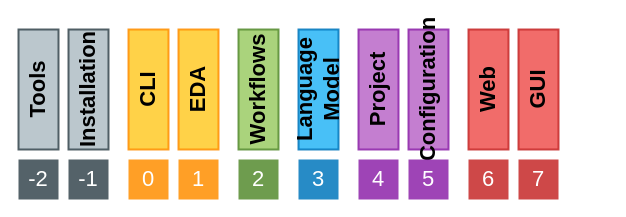
The draw.io diagram EDAA.drawio in edaa-org/edaa-org.github.io, before the edit. Source tidied: cells renumbered, new cells numbered last; positions are measured from the earlier drawing's top-left corner, leaving out a move shared by most shapes. Both pictures are drawn from the tidied source at 100%, with x=0, y=0 at pixel (-22, 69).
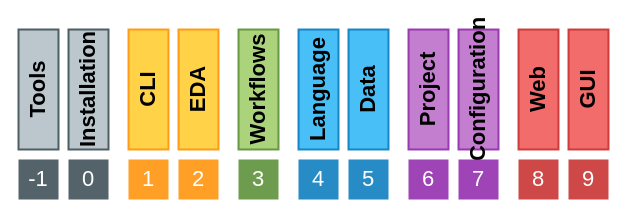
The same page after the edit.

Commit message (it also covers changes not shown here):
ConceptualModel: add layer 'Data', renumber

What changed in the source:
```diff
@@
     <mxCell id="5" value="Project" style="rounded=0;whiteSpace=wrap;html=1;fontSize=22;fontStyle=1;rotation=-90;fontFamily=Teko;fillColor=#ba68c8;strokeColor=#8e24aa;strokeWidth=2;opacity=85;" parent="1" vertex="1">
-      <mxGeometry x="340" width="120" height="40" as="geometry" />
+      <mxGeometry x="390" width="120" height="40" as="geometry" />
     </mxCell>
     <mxCell id="6" value="Configuration" style="rounded=0;whiteSpace=wrap;html=1;fontSize=22;fontStyle=1;rotation=-90;fontFamily=Teko;strokeColor=#8E24AA;fillColor=#BA68C8;strokeWidth=2;opacity=85;" parent="1" vertex="1">
-      <mxGeometry x="390" width="120" height="40" as="geometry" />
+      <mxGeometry x="440" width="120" height="40" as="geometry" />
     </mxCell>
-    <mxCell id="7" value="Language Model" style="rounded=0;whiteSpace=wrap;html=1;fontSize=22;fontStyle=1;rotation=-90;fontFamily=Teko;fillColor=#29b6f6;strokeColor=#0277BD;strokeWidth=2;opacity=85;" parent="1" vertex="1">
+    <mxCell id="7" value="Language" style="rounded=0;whiteSpace=wrap;html=1;fontSize=22;fontStyle=1;rotation=-90;fontFamily=Teko;fillColor=#29b6f6;strokeColor=#0277BD;strokeWidth=2;opacity=85;" parent="1" vertex="1">
       <mxGeometry x="280" width="120" height="40" as="geometry" />
     </mxCell>
@@
-    <mxCell id="9" value="&lt;span style=&quot;font-size: 22px;&quot;&gt;0&lt;/span&gt;" style="rounded=0;whiteSpace=wrap;html=1;strokeColor=none;fontFamily=Teko;fontSize=22;fontColor=#FFFFFF;fillColor=#ff8f00;opacity=85;" parent="1" vertex="1">
+    <mxCell id="9" value="&lt;span style=&quot;font-size: 22px&quot;&gt;1&lt;/span&gt;" style="rounded=0;whiteSpace=wrap;html=1;strokeColor=none;fontFamily=Teko;fontSize=22;fontColor=#FFFFFF;fillColor=#ff8f00;opacity=85;" parent="1" vertex="1">
       <mxGeometry x="150" y="90" width="40" height="40" as="geometry" />
     </mxCell>
-    <mxCell id="10" value="&lt;span style=&quot;font-size: 22px;&quot;&gt;1&lt;/span&gt;" style="rounded=0;whiteSpace=wrap;html=1;strokeColor=none;fontFamily=Teko;fontSize=22;fontColor=#FFFFFF;fillColor=#ff8f00;opacity=85;" parent="1" vertex="1">
+    <mxCell id="10" value="&lt;span style=&quot;font-size: 22px&quot;&gt;2&lt;/span&gt;" style="rounded=0;whiteSpace=wrap;html=1;strokeColor=none;fontFamily=Teko;fontSize=22;fontColor=#FFFFFF;fillColor=#ff8f00;opacity=85;" parent="1" vertex="1">
       <mxGeometry x="200" y="90" width="40" height="40" as="geometry" />
     </mxCell>
-    <mxCell id="11" value="&lt;span style=&quot;font-size: 22px;&quot;&gt;2&lt;/span&gt;" style="rounded=0;whiteSpace=wrap;html=1;strokeColor=none;fontFamily=Teko;fontSize=22;fontColor=#FFFFFF;fillColor=#558b2f;opacity=85;" parent="1" vertex="1">
+    <mxCell id="11" value="&lt;span style=&quot;font-size: 22px&quot;&gt;3&lt;/span&gt;" style="rounded=0;whiteSpace=wrap;html=1;strokeColor=none;fontFamily=Teko;fontSize=22;fontColor=#FFFFFF;fillColor=#558b2f;opacity=85;" parent="1" vertex="1">
       <mxGeometry x="260" y="90" width="40" height="40" as="geometry" />
     </mxCell>
-    <mxCell id="12" value="&lt;span style=&quot;font-size: 22px;&quot;&gt;3&lt;/span&gt;" style="rounded=0;whiteSpace=wrap;html=1;strokeColor=none;fontFamily=Teko;fontSize=22;fontColor=#FFFFFF;fillColor=#0277bd;opacity=85;" parent="1" vertex="1">
+    <mxCell id="12" value="&lt;span style=&quot;font-size: 22px&quot;&gt;4&lt;/span&gt;" style="rounded=0;whiteSpace=wrap;html=1;strokeColor=none;fontFamily=Teko;fontSize=22;fontColor=#FFFFFF;fillColor=#0277bd;opacity=85;" parent="1" vertex="1">
       <mxGeometry x="320" y="90" width="40" height="40" as="geometry" />
     </mxCell>
-    <mxCell id="13" value="&lt;span style=&quot;font-size: 22px;&quot;&gt;4&lt;/span&gt;" style="rounded=0;whiteSpace=wrap;html=1;strokeColor=none;fontFamily=Teko;fontSize=22;fontColor=#FFFFFF;fillColor=#8e24aa;opacity=85;" parent="1" vertex="1">
-      <mxGeometry x="380" y="90" width="40" height="40" as="geometry" />
+    <mxCell id="13" value="&lt;span style=&quot;font-size: 22px&quot;&gt;6&lt;/span&gt;" style="rounded=0;whiteSpace=wrap;html=1;strokeColor=none;fontFamily=Teko;fontSize=22;fontColor=#FFFFFF;fillColor=#8e24aa;opacity=85;" parent="1" vertex="1">
+      <mxGeometry x="430" y="90" width="40" height="40" as="geometry" />
     </mxCell>
-    <mxCell id="14" value="&lt;span style=&quot;font-size: 22px;&quot;&gt;5&lt;/span&gt;" style="rounded=0;whiteSpace=wrap;html=1;strokeColor=none;fontFamily=Teko;fontSize=22;fillColor=#8e24aa;fontColor=#FFFFFF;opacity=85;" parent="1" vertex="1">
-      <mxGeometry x="430" y="90" width="40" height="40" as="geometry" />
+    <mxCell id="14" value="&lt;span style=&quot;font-size: 22px&quot;&gt;7&lt;/span&gt;" style="rounded=0;whiteSpace=wrap;html=1;strokeColor=none;fontFamily=Teko;fontSize=22;fillColor=#8e24aa;fontColor=#FFFFFF;opacity=85;" parent="1" vertex="1">
+      <mxGeometry x="480" y="90" width="40" height="40" as="geometry" />
     </mxCell>
-    <mxCell id="15" value="-1" style="rounded=0;whiteSpace=wrap;html=1;strokeColor=none;fontFamily=Teko;fontSize=22;fillColor=#37474f;fontColor=#FFFFFF;opacity=85;" parent="1" vertex="1">
+    <mxCell id="15" value="0" style="rounded=0;whiteSpace=wrap;html=1;strokeColor=none;fontFamily=Teko;fontSize=22;fillColor=#37474f;fontColor=#FFFFFF;opacity=85;" parent="1" vertex="1">
       <mxGeometry x="90" y="90" width="40" height="40" as="geometry" />
     </mxCell>
     <mxCell id="16" value="Web" style="rounded=0;whiteSpace=wrap;html=1;fontSize=22;fontStyle=1;rotation=-90;fontFamily=Teko;fillColor=#ef5350;strokeColor=#C62828;strokeWidth=2;opacity=85;" parent="1" vertex="1">
-      <mxGeometry x="450" width="120" height="40" as="geometry" />
+      <mxGeometry x="500" width="120" height="40" as="geometry" />
     </mxCell>
     <mxCell id="17" value="GUI" style="rounded=0;whiteSpace=wrap;html=1;fontSize=22;fontStyle=1;rotation=-90;fontFamily=Teko;fillColor=#ef5350;strokeColor=#c62828;strokeWidth=2;opacity=85;" parent="1" vertex="1">
-      <mxGeometry x="500" width="120" height="40" as="geometry" />
+      <mxGeometry x="550" width="120" height="40" as="geometry" />
     </mxCell>
-    <mxCell id="18" value="&lt;span style=&quot;font-size: 22px;&quot;&gt;6&lt;/span&gt;" style="rounded=0;whiteSpace=wrap;html=1;strokeColor=none;fontFamily=Teko;fontSize=22;fontColor=#FFFFFF;fillColor=#c62828;opacity=85;" parent="1" vertex="1">
-      <mxGeometry x="490" y="90" width="40" height="40" as="geometry" />
+    <mxCell id="18" value="&lt;span style=&quot;font-size: 22px&quot;&gt;8&lt;/span&gt;" style="rounded=0;whiteSpace=wrap;html=1;strokeColor=none;fontFamily=Teko;fontSize=22;fontColor=#FFFFFF;fillColor=#c62828;opacity=85;" parent="1" vertex="1">
+      <mxGeometry x="540" y="90" width="40" height="40" as="geometry" />
     </mxCell>
-    <mxCell id="19" value="&lt;span style=&quot;font-size: 22px;&quot;&gt;7&lt;/span&gt;" style="rounded=0;whiteSpace=wrap;html=1;strokeColor=none;fontFamily=Teko;fontSize=22;fillColor=#c62828;fontColor=#FFFFFF;opacity=85;" parent="1" vertex="1">
-      <mxGeometry x="540" y="90" width="40" height="40" as="geometry" />
+    <mxCell id="19" value="&lt;span style=&quot;font-size: 22px&quot;&gt;9&lt;/span&gt;" style="rounded=0;whiteSpace=wrap;html=1;strokeColor=none;fontFamily=Teko;fontSize=22;fillColor=#c62828;fontColor=#FFFFFF;opacity=85;" parent="1" vertex="1">
+      <mxGeometry x="590" y="90" width="40" height="40" as="geometry" />
     </mxCell>
@@
-    <mxCell id="21" value="-2" style="rounded=0;whiteSpace=wrap;html=1;strokeColor=none;fontFamily=Teko;fontSize=22;fillColor=#37474f;fontColor=#FFFFFF;opacity=85;" parent="1" vertex="1">
+    <mxCell id="21" value="-1" style="rounded=0;whiteSpace=wrap;html=1;strokeColor=none;fontFamily=Teko;fontSize=22;fillColor=#37474f;fontColor=#FFFFFF;opacity=85;" parent="1" vertex="1">
       <mxGeometry x="40" y="90" width="40" height="40" as="geometry" />
     </mxCell>
+    <mxCell id="22" value="Data" style="rounded=0;whiteSpace=wrap;html=1;fontSize=22;fontStyle=1;rotation=-90;fontFamily=Teko;fillColor=#29b6f6;strokeColor=#0277BD;strokeWidth=2;opacity=85;" parent="1" vertex="1">
+      <mxGeometry x="330" width="120" height="40" as="geometry" />
+    </mxCell>
+    <mxCell id="23" value="&lt;span style=&quot;font-size: 22px&quot;&gt;5&lt;/span&gt;" style="rounded=0;whiteSpace=wrap;html=1;strokeColor=none;fontFamily=Teko;fontSize=22;fontColor=#FFFFFF;fillColor=#0277bd;opacity=85;" parent="1" vertex="1">
+      <mxGeometry x="370" y="90" width="40" height="40" as="geometry" />
+    </mxCell>
```
